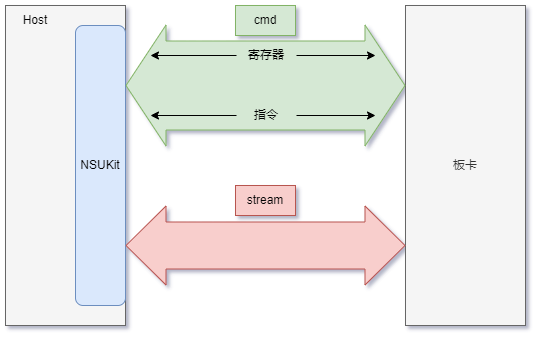
naishu-tech/PyNSUKit keeps this draw.io diagram as docs/image/Interactive_Classification.png. Above is the earlier version. Source tidied: cells renumbered, new cells last; positions are measured from the earlier drawing's top-left corner, leaving out a move shared by most shapes.
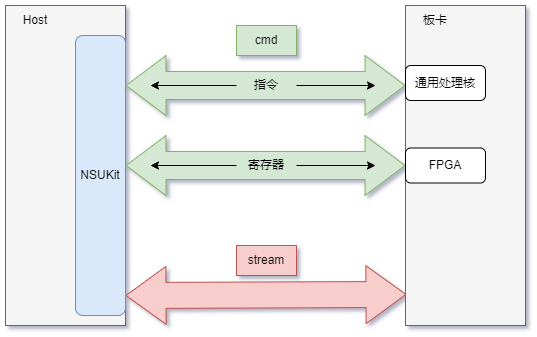
Above is the later version.

Change to the diagram source:
```diff
@@ -5,52 +5,66 @@
     <mxCell id="2" style="rounded=0;whiteSpace=wrap;html=1;fillColor=#f5f5f5;fontColor=#333333;strokeColor=#666666;" parent="1" vertex="1">
       <mxGeometry width="120" height="320" as="geometry" />
     </mxCell>
-    <mxCell id="3" value="板卡" style="rounded=0;whiteSpace=wrap;html=1;fillColor=#f5f5f5;fontColor=#333333;strokeColor=#666666;" parent="1" vertex="1">
-      <mxGeometry x="400" width="120" height="320" as="geometry" />
-    </mxCell>
+    <mxCell id="16" style="rounded=0;whiteSpace=wrap;html=1;fillColor=#f5f5f5;fontColor=#333333;strokeColor=#666666;" parent="1" vertex="1">
+      <mxGeometry x="400" width="120" height="320" as="geometry" />
+    </mxCell>
     <mxCell id="4" value="cmd" style="text;html=1;strokeColor=#82b366;fillColor=#d5e8d4;align=center;verticalAlign=middle;whiteSpace=wrap;rounded=0;" parent="1" vertex="1">
-      <mxGeometry x="230" width="60" height="30" as="geometry" />
+      <mxGeometry x="231" y="20" width="60" height="30" as="geometry" />
     </mxCell>
     <mxCell id="5" value="stream" style="text;html=1;strokeColor=#b85450;fillColor=#f8cecc;align=center;verticalAlign=middle;whiteSpace=wrap;rounded=0;" parent="1" vertex="1">
-      <mxGeometry x="230" y="180" width="60" height="30" as="geometry" />
+      <mxGeometry x="231" y="240" width="60" height="30" as="geometry" />
     </mxCell>
     <mxCell id="6" value="NSUKit" style="rounded=1;whiteSpace=wrap;html=1;fillColor=#dae8fc;strokeColor=#6c8ebf;" parent="1" vertex="1">
-      <mxGeometry x="70" y="20" width="50" height="280" as="geometry" />
+      <mxGeometry x="70" y="30" width="50" height="280" as="geometry" />
     </mxCell>
     <mxCell id="7" value="Host" style="text;html=1;strokeColor=none;fillColor=none;align=center;verticalAlign=middle;whiteSpace=wrap;rounded=0;" parent="1" vertex="1">
       <mxGeometry width="60" height="30" as="geometry" />
     </mxCell>
-    <mxCell id="8" style="shape=flexArrow;endArrow=classic;startArrow=classic;html=1;rounded=0;exitX=1;exitY=0.25;exitDx=0;exitDy=0;entryX=0;entryY=0.25;entryDx=0;entryDy=0;startWidth=31;startSize=13;width=89;endWidth=31;endSize=13;fillColor=#d5e8d4;strokeColor=#82b366;" parent="1" edge="1" source="2" target="3">
-      <mxGeometry relative="1" as="geometry" />
-    </mxCell>
-    <mxCell id="9" style="shape=flexArrow;endArrow=classic;startArrow=classic;html=1;rounded=0;exitX=1;exitY=0.75;exitDx=0;exitDy=0;entryX=0;entryY=0.75;entryDx=0;entryDy=0;startWidth=31;startSize=13;width=47;endWidth=31;endSize=13;fillColor=#f8cecc;strokeColor=#b85450;" parent="1" edge="1" source="2" target="3">
-      <mxGeometry relative="1" as="geometry" />
-    </mxCell>
-    <mxCell id="10" style="endArrow=classic;startArrow=none;html=1;rounded=0;" parent="1" edge="1" source="15">
-      <mxGeometry relative="1" as="geometry">
-        <mxPoint x="370" y="50" as="targetPoint" />
-      </mxGeometry>
-    </mxCell>
-    <mxCell id="11" style="endArrow=classic;startArrow=none;html=1;rounded=0;" parent="1" edge="1" source="13">
-      <mxGeometry relative="1" as="geometry">
-        <mxPoint x="370" y="110" as="targetPoint" />
-      </mxGeometry>
-    </mxCell>
-    <mxCell id="12" style="endArrow=none;startArrow=classic;html=1;rounded=0;" parent="1" edge="1" target="13">
-      <mxGeometry relative="1" as="geometry">
-        <mxPoint x="145" y="110" as="sourcePoint" />
-      </mxGeometry>
-    </mxCell>
+    <mxCell id="17" style="shape=flexArrow;endArrow=classic;startArrow=classic;html=1;rounded=0;entryX=0.008;entryY=0.903;entryDx=0;entryDy=0;startWidth=31;startSize=13;width=26;endWidth=31;endSize=13;fillColor=#f8cecc;strokeColor=#b85450;entryPerimeter=0;" parent="1" edge="1" target="16">
+      <mxGeometry relative="1" as="geometry">
+        <mxPoint x="120" y="290" as="sourcePoint" />
+      </mxGeometry>
+    </mxCell>
+    <mxCell id="18" style="shape=flexArrow;endArrow=classic;startArrow=classic;html=1;rounded=0;entryX=0;entryY=0.25;entryDx=0;entryDy=0;startWidth=31;startSize=13;width=28;endWidth=31;endSize=13;fillColor=#d5e8d4;strokeColor=#82b366;exitX=1;exitY=0.25;exitDx=0;exitDy=0;" parent="1" edge="1" source="2" target="16">
+      <mxGeometry relative="1" as="geometry" />
+    </mxCell>
+    <mxCell id="19" style="endArrow=classic;startArrow=none;html=1;rounded=0;" parent="1" edge="1" source="13">
+      <mxGeometry relative="1" as="geometry">
+        <mxPoint x="370" y="80" as="targetPoint" />
+      </mxGeometry>
+    </mxCell>
+    <mxCell id="20" style="endArrow=none;startArrow=classic;html=1;rounded=0;" parent="1" edge="1" target="13">
+      <mxGeometry relative="1" as="geometry">
+        <mxPoint x="145" y="80" as="sourcePoint" />
+      </mxGeometry>
+    </mxCell>
     <mxCell id="13" value="指令" style="text;html=1;strokeColor=none;fillColor=none;align=center;verticalAlign=middle;whiteSpace=wrap;rounded=0;" parent="1" vertex="1">
-      <mxGeometry x="231" y="95" width="60" height="30" as="geometry" />
+      <mxGeometry x="231" y="65" width="60" height="30" as="geometry" />
     </mxCell>
-    <mxCell id="14" style="endArrow=none;startArrow=classic;html=1;rounded=0;" parent="1" edge="1" target="15">
-      <mxGeometry relative="1" as="geometry">
-        <mxPoint x="145" y="50" as="sourcePoint" />
-      </mxGeometry>
-    </mxCell>
+    <mxCell id="21" style="shape=flexArrow;endArrow=classic;startArrow=classic;html=1;rounded=0;entryX=0;entryY=0.5;entryDx=0;entryDy=0;startWidth=31;startSize=13;width=28;endWidth=31;endSize=13;fillColor=#d5e8d4;strokeColor=#82b366;exitX=1;exitY=0.5;exitDx=0;exitDy=0;" parent="1" edge="1" source="2" target="16">
+      <mxGeometry relative="1" as="geometry" />
+    </mxCell>
+    <mxCell id="22" style="endArrow=classic;startArrow=none;html=1;rounded=0;" parent="1" edge="1" source="15">
+      <mxGeometry relative="1" as="geometry">
+        <mxPoint x="370" y="160" as="targetPoint" />
+      </mxGeometry>
+    </mxCell>
+    <mxCell id="23" style="endArrow=none;startArrow=classic;html=1;rounded=0;" parent="1" edge="1" target="15">
+      <mxGeometry relative="1" as="geometry">
+        <mxPoint x="145" y="160" as="sourcePoint" />
+      </mxGeometry>
+    </mxCell>
     <mxCell id="15" value="寄存器" style="text;html=1;strokeColor=none;fillColor=none;align=center;verticalAlign=middle;whiteSpace=wrap;rounded=0;" parent="1" vertex="1">
-      <mxGeometry x="231" y="35" width="60" height="30" as="geometry" />
+      <mxGeometry x="231" y="145" width="60" height="30" as="geometry" />
     </mxCell>
+    <mxCell id="24" value="通用处理核" style="rounded=1;whiteSpace=wrap;html=1;fontSize=12;" parent="1" vertex="1">
+      <mxGeometry x="400" y="60" width="80" height="35" as="geometry" />
+    </mxCell>
+    <mxCell id="25" value="FPGA" style="rounded=1;whiteSpace=wrap;html=1;fontSize=12;" parent="1" vertex="1">
+      <mxGeometry x="400" y="142.5" width="80" height="35" as="geometry" />
+    </mxCell>
+    <mxCell id="3" value="板卡" style="text;html=1;strokeColor=none;fillColor=none;align=center;verticalAlign=middle;whiteSpace=wrap;rounded=0;fontSize=12;" parent="1" vertex="1">
+      <mxGeometry x="400" width="60" height="30" as="geometry" />
+    </mxCell>
   </root>
 </mxGraphModel>
```
